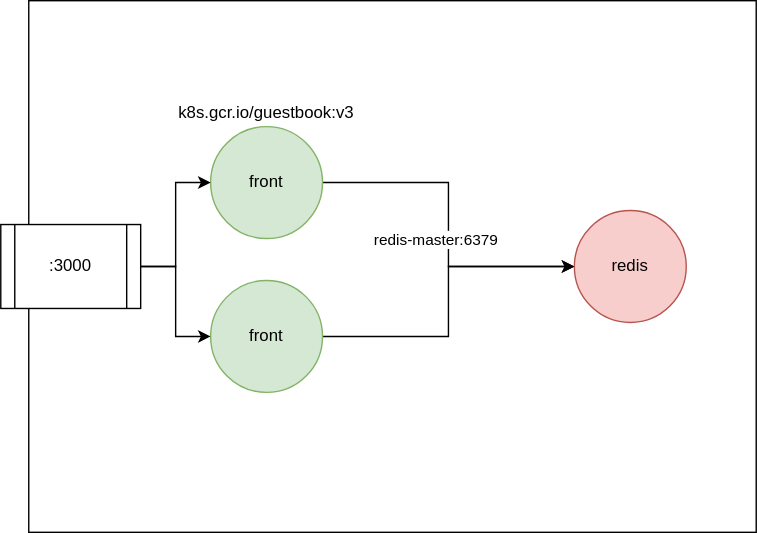
err0r500/k8s-practice keeps this draw.io diagram as demo.svg. Above is the earlier version. Source tidied: cells renumbered, new cells last; positions are measured from the earlier drawing's top-left corner, leaving out a move shared by most shapes. Its diagram source:
```xml
<mxGraphModel>
  <root>
    <mxCell id="0" />
    <mxCell id="1" parent="0" />
    <mxCell id="2" style="rounded=0;whiteSpace=wrap;html=1;" parent="1" vertex="1">
      <mxGeometry x="20" width="520" height="380" as="geometry" />
    </mxCell>
    <mxCell id="3" style="edgeStyle=orthogonalEdgeStyle;rounded=0;jettySize=auto;html=1;exitX=1;exitY=0.5;exitDx=0;exitDy=0;entryX=0;entryY=0.5;entryDx=0;entryDy=0;" parent="1" edge="1" source="5" target="6">
      <mxGeometry relative="1" as="geometry" />
    </mxCell>
    <mxCell id="4" value="redis-master:6379" style="edgeLabel;html=1;align=center;verticalAlign=middle;" parent="3" vertex="1">
      <mxGeometry x="-0.72" y="-1" relative="1" as="geometry">
        <mxPoint x="47" y="39" as="offset" />
      </mxGeometry>
    </mxCell>
    <mxCell id="5" value="front" style="ellipse;whiteSpace=wrap;html=1;fillColor=#d5e8d4;strokeColor=#82b366;" parent="1" vertex="1">
      <mxGeometry x="150" y="90" width="80" height="80" as="geometry" />
    </mxCell>
    <mxCell id="6" value="redis" style="ellipse;whiteSpace=wrap;html=1;fillColor=#f8cecc;strokeColor=#b85450;" parent="1" vertex="1">
      <mxGeometry x="410" y="150" width="80" height="80" as="geometry" />
    </mxCell>
    <mxCell id="7" style="edgeStyle=orthogonalEdgeStyle;rounded=0;jettySize=auto;html=1;exitX=1;exitY=0.5;exitDx=0;exitDy=0;" parent="1" edge="1" source="8" target="6">
      <mxGeometry relative="1" as="geometry" />
    </mxCell>
    <mxCell id="8" value="front" style="ellipse;whiteSpace=wrap;html=1;fillColor=#d5e8d4;strokeColor=#82b366;" parent="1" vertex="1">
      <mxGeometry x="150" y="200" width="80" height="80" as="geometry" />
    </mxCell>
    <mxCell id="9" style="edgeStyle=orthogonalEdgeStyle;rounded=0;jettySize=auto;html=1;exitX=1;exitY=0.5;exitDx=0;exitDy=0;" parent="1" edge="1" source="11" target="5">
      <mxGeometry relative="1" as="geometry" />
    </mxCell>
    <mxCell id="10" style="edgeStyle=orthogonalEdgeStyle;rounded=0;jettySize=auto;html=1;exitX=1;exitY=0.5;exitDx=0;exitDy=0;entryX=0;entryY=0.5;entryDx=0;entryDy=0;" parent="1" edge="1" source="11" target="8">
      <mxGeometry relative="1" as="geometry" />
    </mxCell>
    <mxCell id="11" value=":3000" style="shape=process;whiteSpace=wrap;html=1;backgroundOutline=1;" parent="1" vertex="1">
      <mxGeometry y="160" width="100" height="60" as="geometry" />
    </mxCell>
    <mxCell id="12" value="&lt;span style=&quot;font-family: , &amp;#34;consolas&amp;#34; , &amp;#34;liberation mono&amp;#34; , &amp;#34;menlo&amp;#34; , monospace ; background-color: rgb(255 , 255 , 255)&quot;&gt;k8s.gcr.io/guestbook:v3&lt;/span&gt;" style="text;html=1;strokeColor=none;fillColor=none;align=center;verticalAlign=middle;whiteSpace=wrap;rounded=0;" parent="1" vertex="1">
      <mxGeometry x="170" y="70" width="40" height="20" as="geometry" />
    </mxCell>
  </root>
</mxGraphModel>
```
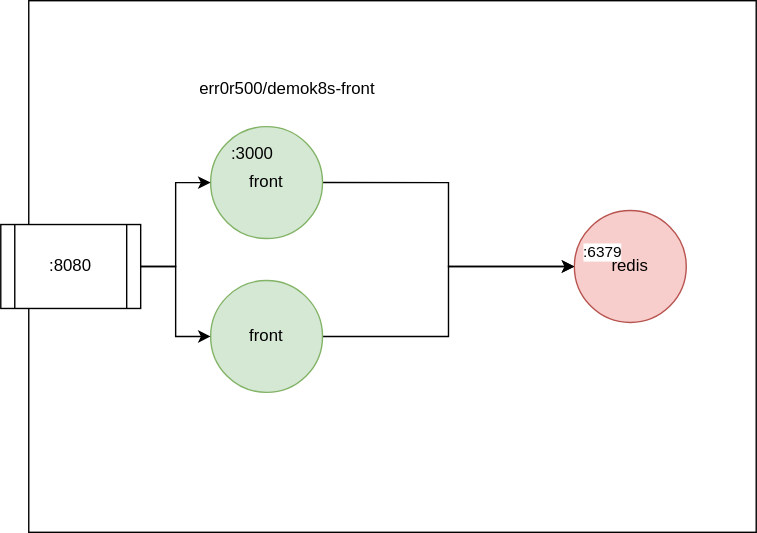
Above is the later version.

What changed in the source:
```diff
@@ -5,20 +5,20 @@
     <mxCell id="2" style="rounded=0;whiteSpace=wrap;html=1;" parent="1" vertex="1">
       <mxGeometry x="20" width="520" height="380" as="geometry" />
     </mxCell>
+    <mxCell id="6" value="redis" style="ellipse;whiteSpace=wrap;html=1;fillColor=#f8cecc;strokeColor=#b85450;" parent="1" vertex="1">
+      <mxGeometry x="410" y="150" width="80" height="80" as="geometry" />
+    </mxCell>
     <mxCell id="3" style="edgeStyle=orthogonalEdgeStyle;rounded=0;jettySize=auto;html=1;exitX=1;exitY=0.5;exitDx=0;exitDy=0;entryX=0;entryY=0.5;entryDx=0;entryDy=0;" parent="1" edge="1" source="5" target="6">
       <mxGeometry relative="1" as="geometry" />
     </mxCell>
-    <mxCell id="4" value="redis-master:6379" style="edgeLabel;html=1;align=center;verticalAlign=middle;" parent="3" vertex="1">
+    <mxCell id="4" value=":6379" style="edgeLabel;html=1;align=center;verticalAlign=middle;" parent="3" vertex="1">
       <mxGeometry x="-0.72" y="-1" relative="1" as="geometry">
-        <mxPoint x="47" y="39" as="offset" />
+        <mxPoint x="166.9" y="49" as="offset" />
       </mxGeometry>
     </mxCell>
     <mxCell id="5" value="front" style="ellipse;whiteSpace=wrap;html=1;fillColor=#d5e8d4;strokeColor=#82b366;" parent="1" vertex="1">
       <mxGeometry x="150" y="90" width="80" height="80" as="geometry" />
     </mxCell>
-    <mxCell id="6" value="redis" style="ellipse;whiteSpace=wrap;html=1;fillColor=#f8cecc;strokeColor=#b85450;" parent="1" vertex="1">
-      <mxGeometry x="410" y="150" width="80" height="80" as="geometry" />
-    </mxCell>
     <mxCell id="7" style="edgeStyle=orthogonalEdgeStyle;rounded=0;jettySize=auto;html=1;exitX=1;exitY=0.5;exitDx=0;exitDy=0;" parent="1" edge="1" source="8" target="6">
       <mxGeometry relative="1" as="geometry" />
     </mxCell>
@@ -31,11 +31,14 @@
     <mxCell id="10" style="edgeStyle=orthogonalEdgeStyle;rounded=0;jettySize=auto;html=1;exitX=1;exitY=0.5;exitDx=0;exitDy=0;entryX=0;entryY=0.5;entryDx=0;entryDy=0;" parent="1" edge="1" source="11" target="8">
       <mxGeometry relative="1" as="geometry" />
     </mxCell>
-    <mxCell id="11" value=":3000" style="shape=process;whiteSpace=wrap;html=1;backgroundOutline=1;" parent="1" vertex="1">
+    <mxCell id="11" value=":8080" style="shape=process;whiteSpace=wrap;html=1;backgroundOutline=1;" parent="1" vertex="1">
       <mxGeometry y="160" width="100" height="60" as="geometry" />
     </mxCell>
-    <mxCell id="12" value="&lt;span style=&quot;font-family: , &amp;#34;consolas&amp;#34; , &amp;#34;liberation mono&amp;#34; , &amp;#34;menlo&amp;#34; , monospace ; background-color: rgb(255 , 255 , 255)&quot;&gt;k8s.gcr.io/guestbook:v3&lt;/span&gt;" style="text;html=1;strokeColor=none;fillColor=none;align=center;verticalAlign=middle;whiteSpace=wrap;rounded=0;" parent="1" vertex="1">
-      <mxGeometry x="170" y="70" width="40" height="20" as="geometry" />
+    <mxCell id="12" value="&lt;span style=&quot;font-family: , &amp;#34;consolas&amp;#34; , &amp;#34;liberation mono&amp;#34; , &amp;#34;menlo&amp;#34; , monospace ; background-color: rgb(255 , 255 , 255)&quot;&gt;err0r500/demok8s-front&lt;br&gt;&lt;br&gt;&lt;/span&gt;" style="text;html=1;strokeColor=none;fillColor=none;align=center;verticalAlign=middle;whiteSpace=wrap;rounded=0;" parent="1" vertex="1">
+      <mxGeometry x="120" y="60" width="170" height="20" as="geometry" />
     </mxCell>
+    <mxCell id="13" value=":3000" style="text;html=1;strokeColor=none;fillColor=none;align=center;verticalAlign=middle;whiteSpace=wrap;rounded=0;" parent="1" vertex="1">
+      <mxGeometry x="160" y="100" width="40" height="20" as="geometry" />
+    </mxCell>
   </root>
 </mxGraphModel>
```
